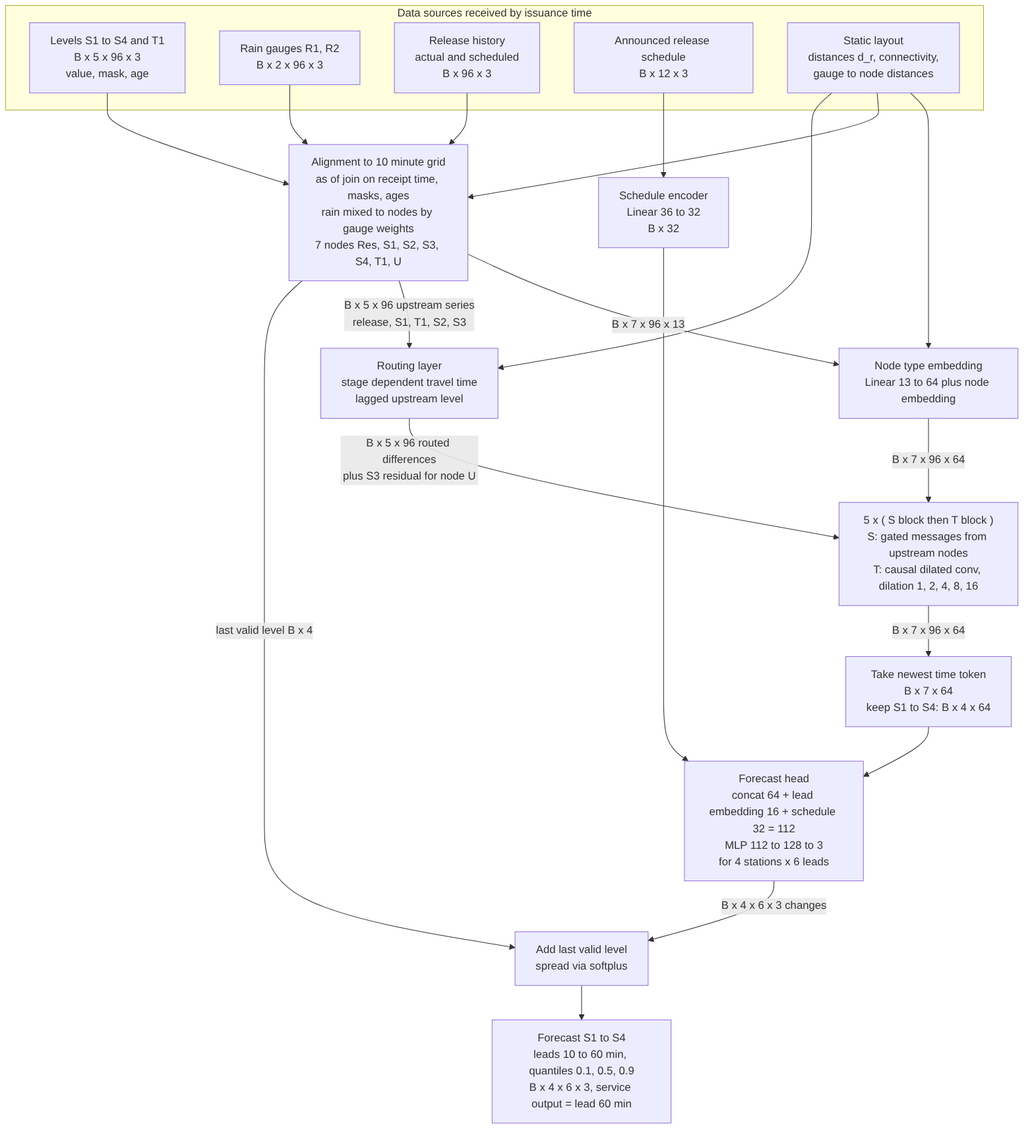
Before: report/q1_diagram.png, a diagram exported from Mermaid (BR-20/PA2_DL4STG_BR). Its source is kept beside it as report/q1_diagram.mmd.
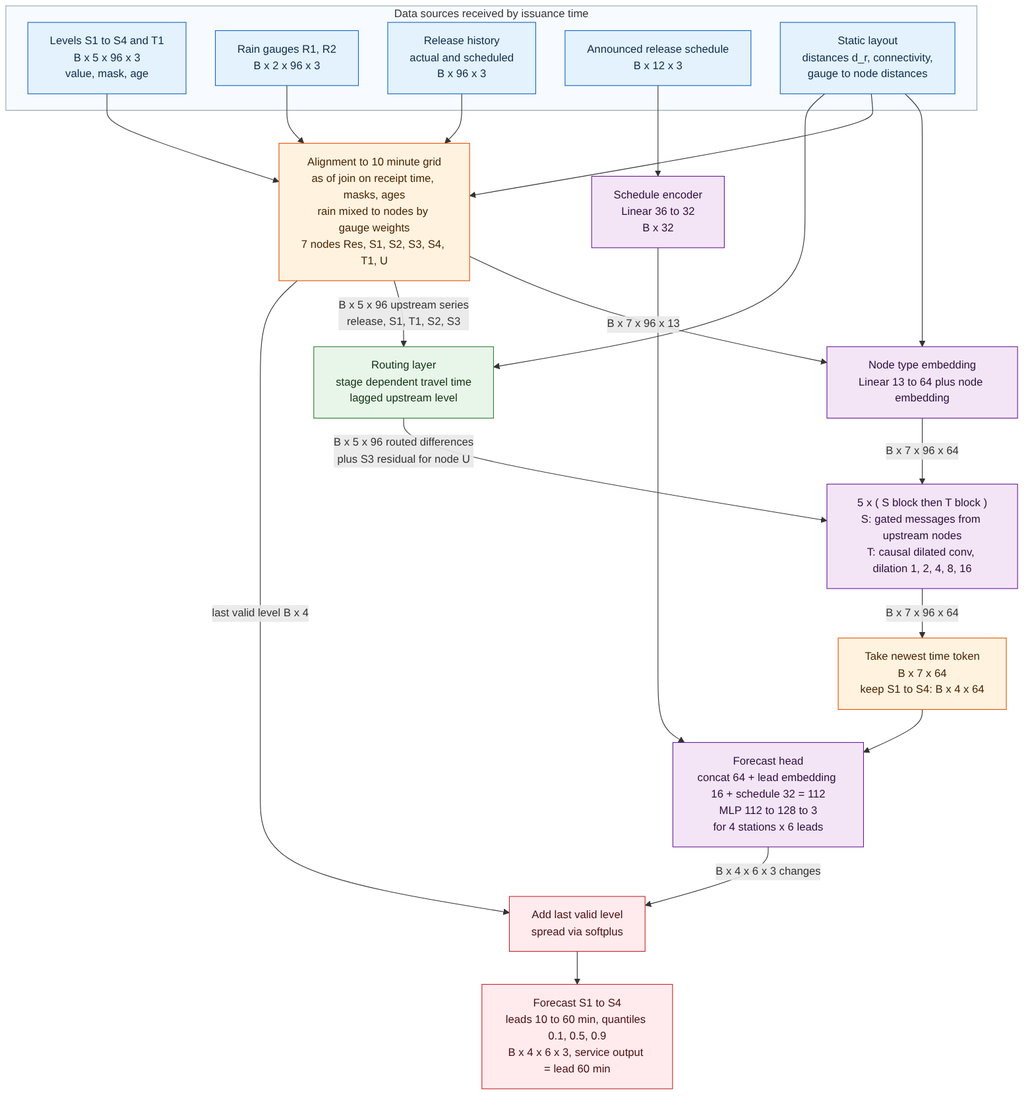
After the change.

What changed in the source:
```diff
@@ -23,3 +23,14 @@
   HEAD -->|"B x 4 x 6 x 3 changes"| ADD["Add last valid level<br/>spread via softplus"]
   AL -->|"last valid level B x 4"| ADD
   ADD --> OUT["Forecast S1 to S4<br/>leads 10 to 60 min, quantiles 0.1, 0.5, 0.9<br/>B x 4 x 6 x 3, service output = lead 60 min"]
+  classDef src fill:#E3F2FD,stroke:#1565C0,color:#0D2A4A
+  classDef prep fill:#FFF3E0,stroke:#E65100,color:#4A2300
+  classDef phys fill:#E8F5E9,stroke:#2E7D32,color:#0F3311
+  classDef learn fill:#F3E5F5,stroke:#6A1B9A,color:#2E0B40
+  classDef out fill:#FFEBEE,stroke:#C62828,color:#4A0D0D
+  class LV,RN,RH,RS,ST src
+  class AL,LAST prep
+  class RT phys
+  class EMB,BLK,SCH,HEAD learn
+  class ADD,OUT out
+  style SRC fill:#F7FBFF,stroke:#90A4AE
```
